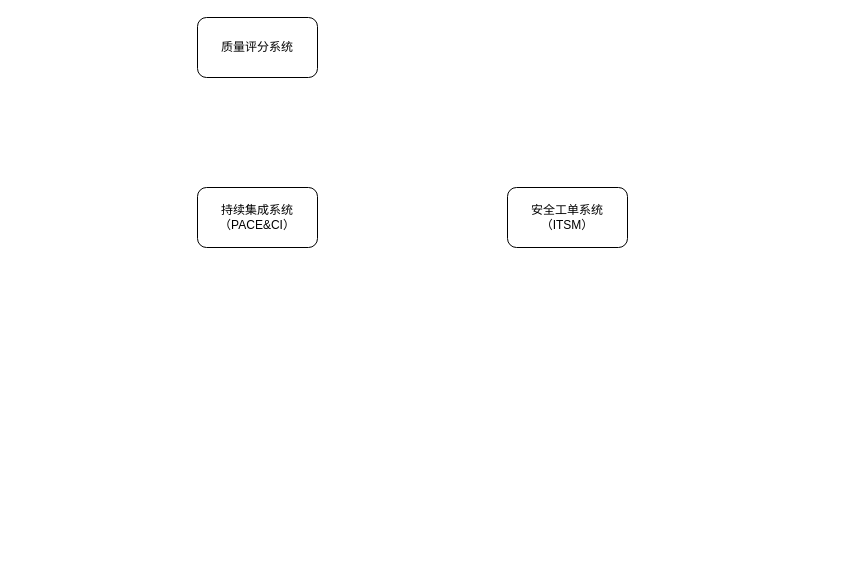
This is 微众开源治理.drawio from wangjie66/app.diagrams.net, a draw.io file, before an edit. Source tidied: cells renumbered, new cells numbered last; positions are measured from the earlier drawing's top-left corner, leaving out a move shared by most shapes. Both pictures are drawn from the tidied source at 100%, with x=0, y=0 at pixel (197, 17).
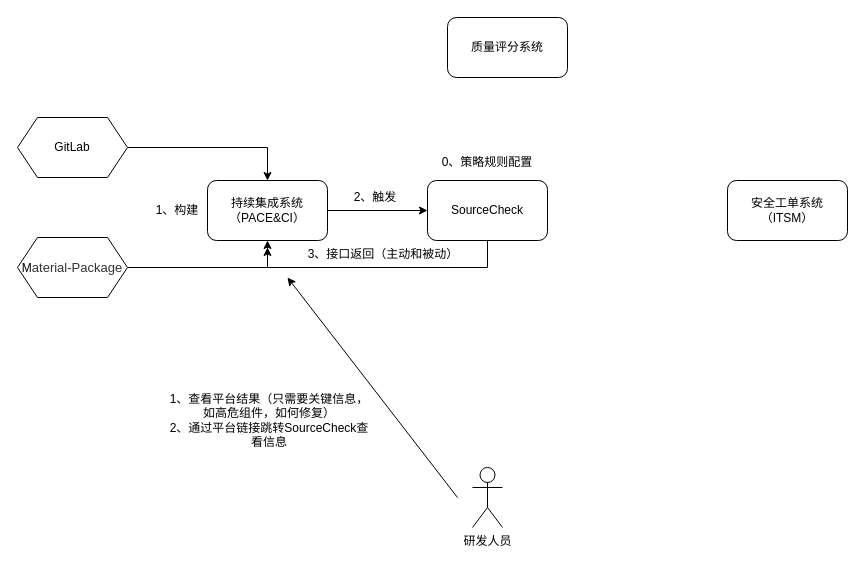
The same diagram, later.

Commit message (it also covers changes not shown here):
更新微众开源治理.drawio

Change to the diagram source:
```diff
@@
+    <mxCell id="5" style="edgeStyle=orthogonalEdgeStyle;rounded=0;jettySize=auto;html=1;entryX=0;entryY=0.5;entryDx=0;entryDy=0;" parent="1" edge="1" source="2" target="11">
+      <mxGeometry relative="1" as="geometry" />
+    </mxCell>
     <mxCell id="2" value="持续集成系统（PACE&amp;amp;CI）" style="rounded=1;whiteSpace=wrap;html=1;" parent="1" vertex="1">
-      <mxGeometry y="170" width="120" height="60" as="geometry" />
+      <mxGeometry x="10" y="163" width="120" height="60" as="geometry" />
     </mxCell>
     <mxCell id="3" value="安全工单系统（ITSM）" style="rounded=1;whiteSpace=wrap;html=1;" parent="1" vertex="1">
-      <mxGeometry x="310" y="170" width="120" height="60" as="geometry" />
+      <mxGeometry x="530" y="163" width="120" height="60" as="geometry" />
     </mxCell>
     <mxCell id="4" value="质量评分系统" style="rounded=1;whiteSpace=wrap;html=1;" parent="1" vertex="1">
-      <mxGeometry width="120" height="60" as="geometry" />
+      <mxGeometry x="250" width="120" height="60" as="geometry" />
     </mxCell>
+    <mxCell id="6" style="edgeStyle=orthogonalEdgeStyle;rounded=0;jettySize=auto;html=1;" parent="1" edge="1" source="7" target="2">
+      <mxGeometry relative="1" as="geometry" />
+    </mxCell>
+    <mxCell id="7" value="GitLab" style="shape=hexagon;perimeter=hexagonPerimeter2;whiteSpace=wrap;html=1;fixedSize=1;" parent="1" vertex="1">
+      <mxGeometry x="-180" y="100" width="110" height="60" as="geometry" />
+    </mxCell>
+    <mxCell id="8" style="edgeStyle=orthogonalEdgeStyle;rounded=0;jettySize=auto;html=1;entryX=0.5;entryY=1;entryDx=0;entryDy=0;" parent="1" edge="1" source="9" target="2">
+      <mxGeometry relative="1" as="geometry" />
+    </mxCell>
+    <mxCell id="9" value="M&lt;span style=&quot;color: rgb(51, 51, 51); font-family: Arial, sans-serif; font-size: 13px; text-align: start; background-color: rgb(255, 255, 255);&quot;&gt;aterial-Package&lt;/span&gt;" style="shape=hexagon;perimeter=hexagonPerimeter2;whiteSpace=wrap;html=1;fixedSize=1;" parent="1" vertex="1">
+      <mxGeometry x="-180" y="220" width="110" height="60" as="geometry" />
+    </mxCell>
+    <mxCell id="10" style="edgeStyle=orthogonalEdgeStyle;rounded=0;jettySize=auto;html=1;" parent="1" edge="1" source="11">
+      <mxGeometry relative="1" as="geometry">
+        <mxPoint x="70" y="230" as="targetPoint" />
+        <Array as="points">
+          <mxPoint x="290" y="250" />
+          <mxPoint x="70" y="250" />
+        </Array>
+      </mxGeometry>
+    </mxCell>
+    <mxCell id="11" value="SourceCheck" style="rounded=1;whiteSpace=wrap;html=1;" parent="1" vertex="1">
+      <mxGeometry x="230" y="163" width="120" height="60" as="geometry" />
+    </mxCell>
+    <mxCell id="12" value="1、构建" style="text;html=1;strokeColor=none;fillColor=none;align=center;verticalAlign=middle;whiteSpace=wrap;rounded=0;" parent="1" vertex="1">
+      <mxGeometry x="-50" y="178" width="60" height="30" as="geometry" />
+    </mxCell>
+    <mxCell id="13" value="2、触发" style="text;html=1;strokeColor=none;fillColor=none;align=center;verticalAlign=middle;whiteSpace=wrap;rounded=0;" parent="1" vertex="1">
+      <mxGeometry x="148" y="165" width="60" height="30" as="geometry" />
+    </mxCell>
+    <mxCell id="14" value="0、策略规则配置" style="text;html=1;strokeColor=none;fillColor=none;align=center;verticalAlign=middle;whiteSpace=wrap;rounded=0;" parent="1" vertex="1">
+      <mxGeometry x="235" y="130" width="110" height="30" as="geometry" />
+    </mxCell>
+    <mxCell id="15" value="3、接口返回（主动和被动）" style="text;html=1;strokeColor=none;fillColor=none;align=center;verticalAlign=middle;whiteSpace=wrap;rounded=0;" parent="1" vertex="1">
+      <mxGeometry x="100" y="222" width="172" height="30" as="geometry" />
+    </mxCell>
+    <mxCell id="16" value="研发人员" style="shape=umlActor;verticalLabelPosition=bottom;verticalAlign=top;html=1;" parent="1" vertex="1">
+      <mxGeometry x="275" y="450" width="30" height="60" as="geometry" />
+    </mxCell>
+    <mxCell id="17" style="endArrow=classic;html=1;rounded=0;" parent="1" edge="1">
+      <mxGeometry relative="1" as="geometry">
+        <mxPoint x="260" y="480" as="sourcePoint" />
+        <mxPoint x="90" y="260" as="targetPoint" />
+      </mxGeometry>
+    </mxCell>
+    <mxCell id="18" value="1、查看平台结果（只需要关键信息，如高危组件，如何修复）&lt;br&gt;2、通过平台链接跳转SourceCheck查看信息" style="text;html=1;strokeColor=none;fillColor=none;align=center;verticalAlign=middle;whiteSpace=wrap;rounded=0;" parent="1" vertex="1">
+      <mxGeometry x="-30" y="370" width="204" height="65" as="geometry" />
+    </mxCell>
```
